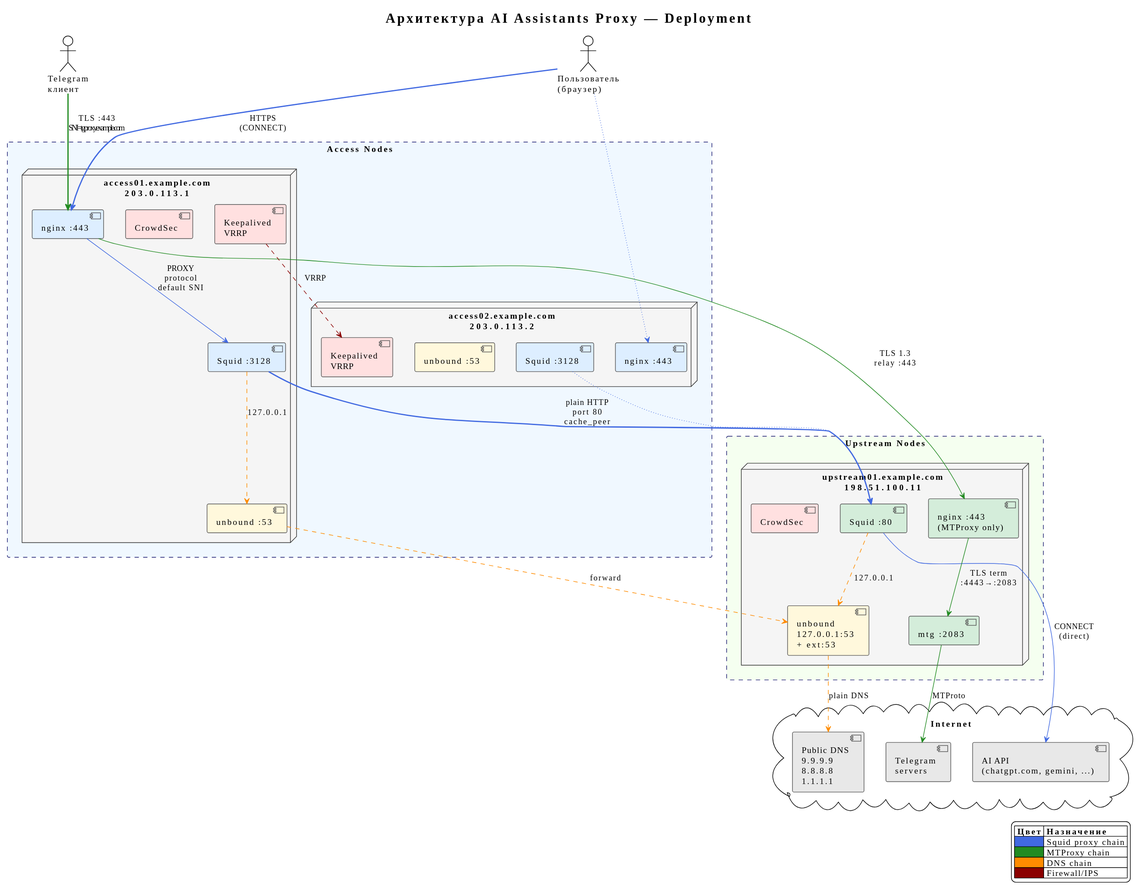
This is Servers/deploy/diagrams/README-deployment.svg from demofly/ai-proxy, a PlantUML export, as it was before one commit.
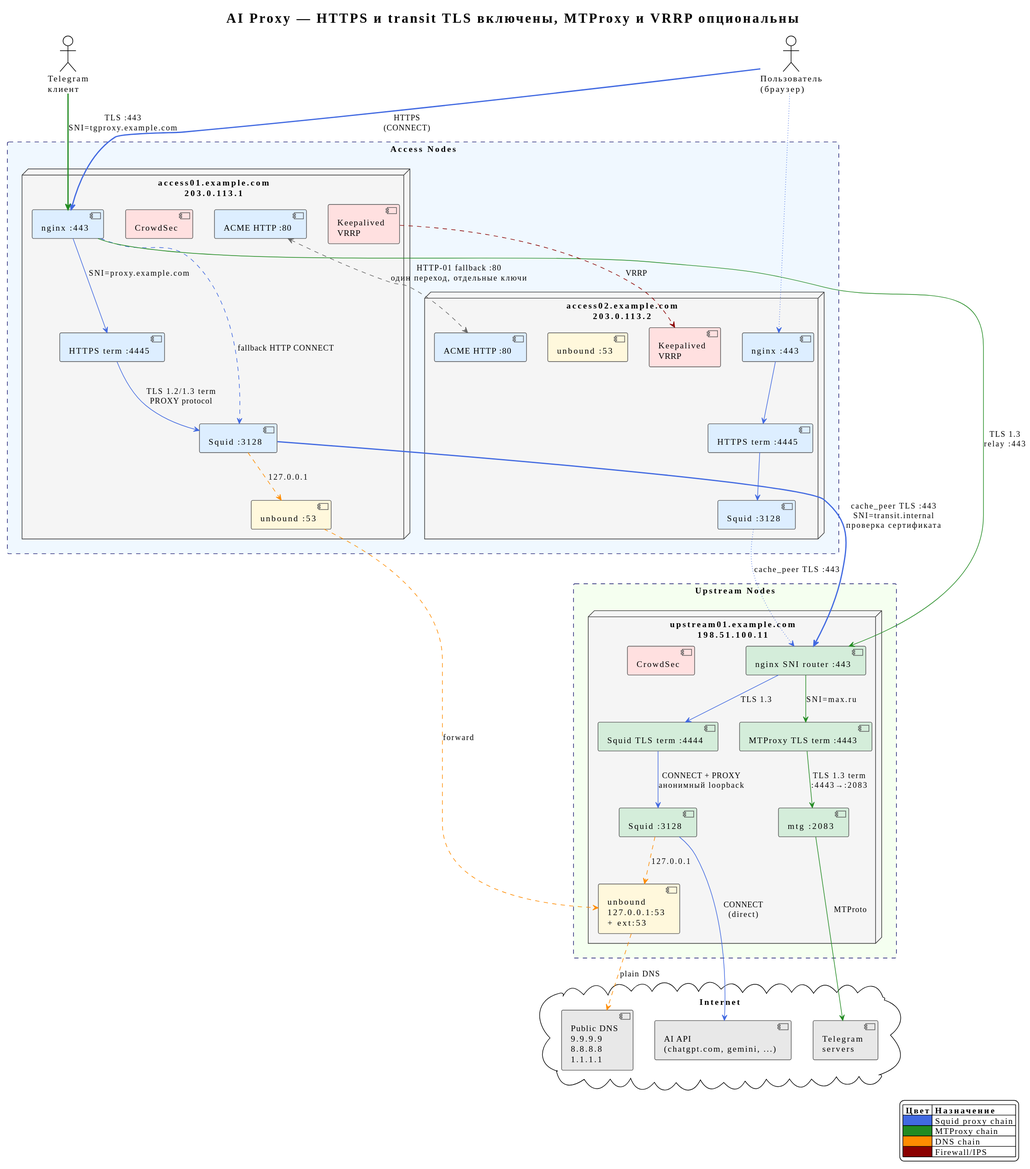
Later version of the same file.

Diff of the diagram source:
```diff
@@ -1,7 +1,7 @@
 @startuml
 !theme plain
 top to bottom direction
-title Архитектура AI Assistants Proxy — Deployment
+title AI Proxy — HTTPS и transit TLS включены, MTProxy и VRRP опциональны
 
 skinparam node {
     BackgroundColor #F5F5F5
@@ -37,17 +37,21 @@
 actor "Telegram\nклиент" as tguser
 
 rectangle "Access Nodes" as access_zone #F0F8FF {
-    node "access01-harbor.l7.cx\n45.66.119.12" as access01 {
+    node "access01.example.com\n203.0.113.1" as access01 {
         component "nginx :443" as acc_nginx #DDEEFF {
         }
+        component "HTTPS term :4445" as acc_https #DDEEFF
+        component "ACME HTTP :80" as acc_acme #DDEEFF
         component "Squid :3128" as acc_squid #DDEEFF
         component "unbound :53" as acc_dns #FFF8DC
         component "Keepalived\nVRRP" as acc_ka #FFE0E0
         component "CrowdSec" as acc_cs #FFE0E0
     }
 
-    node "access02-harbor.l7.cx\n45.66.119.38" as access02 {
+    node "access02.example.com\n203.0.113.2" as access02 {
         component "nginx :443" as acc2_nginx #DDEEFF
+        component "HTTPS term :4445" as acc2_https #DDEEFF
+        component "ACME HTTP :80" as acc2_acme #DDEEFF
         component "Squid :3128" as acc2_squid #DDEEFF
         component "unbound :53" as acc2_dns #FFF8DC
         component "Keepalived\nVRRP" as acc2_ka #FFE0E0
@@ -55,9 +59,11 @@
 }
 
 rectangle "Upstream Nodes" as upstream_zone #F5FFF0 {
-    node "upstream01-harbor.l7.cx\n157.22.182.193" as upstream01 {
-        component "nginx :443\n(MTProxy only)" as up_nginx #D4EDDA
-        component "Squid :80" as up_squid #D4EDDA
+    node "upstream01.example.com\n198.51.100.11" as upstream01 {
+        component "nginx SNI router :443" as up_nginx #D4EDDA
+        component "Squid TLS term :4444" as up_tls #D4EDDA
+        component "MTProxy TLS term :4443" as up_mt_tls #D4EDDA
+        component "Squid :3128" as up_squid #D4EDDA
         component "mtg :2083" as up_mtg #D4EDDA
         component "unbound\n127.0.0.1:53\n+ ext:53" as up_dns #FFF8DC
         component "CrowdSec" as up_cs #FFE0E0
@@ -65,13 +71,18 @@
 }
 
 user -[#4169E1,bold]-> acc_nginx : HTTPS\n(CONNECT)
-acc_nginx -[#4169E1]-> acc_squid : PROXY\nprotocol\ndefault SNI
-acc_squid -[#4169E1,bold]-> up_squid : plain HTTP\nport 80\ncache_peer
+acc_nginx -[#4169E1]-> acc_https : SNI=proxy.example.com
+acc_https -[#4169E1]-> acc_squid : TLS 1.2/1.3 term\nPROXY protocol
+acc_nginx -[#4169E1,dashed]-> acc_squid : fallback HTTP CONNECT
+acc_squid -[#4169E1,bold]-> up_nginx : cache_peer TLS :443\nSNI=transit.internal\nпроверка сертификата
+up_nginx -[#4169E1]-> up_tls : TLS 1.3
+up_tls -[#4169E1]-> up_squid : CONNECT + PROXY\nанонимный loopback
 up_squid -[#4169E1]-> aiapi : CONNECT\n(direct)
 
-tguser -[#228B22,bold]-> acc_nginx : TLS :443\nSNI=tgp.l7.cx
+tguser -[#228B22,bold]-> acc_nginx : TLS :443\nSNI=tgproxy.example.com
 acc_nginx -[#228B22]-> up_nginx : TLS 1.3\nrelay :443
-up_nginx -[#228B22]-> up_mtg : TLS term\n:4443→:2083
+up_nginx -[#228B22]-> up_mt_tls : SNI=max.ru
+up_mt_tls -[#228B22]-> up_mtg : TLS 1.3 term\n:4443→:2083
 up_mtg -[#228B22]-> tgsrv : MTProto
 
 acc_squid -[#FF8C00,dashed]-> acc_dns : 127.0.0.1
@@ -80,7 +91,10 @@
 up_dns -[#FF8C00,dashed]-> pubdns : plain DNS
 
 user -[#4169E1,dotted]-> acc2_nginx
-acc2_squid -[#4169E1,dotted]-> up_squid
+acc2_nginx -[#4169E1]-> acc2_https
+acc2_https -[#4169E1]-> acc2_squid
+acc2_squid -[#4169E1,dotted]-> up_nginx : cache_peer TLS :443
+acc_acme <.[#666666].> acc2_acme : HTTP-01 fallback :80\nодин переход, отдельные ключи
 
 acc_ka .[#8B0000].> acc2_ka : VRRP
 @enduml
```
